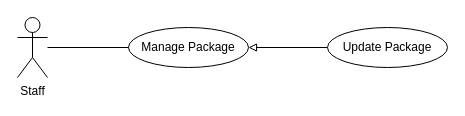
Earlier version of the draw.io diagram page "Page-5" (5 of 5) of Untitled Diagram.drawio (minhng-178/web-starter-projects). Source tidied: cells renumbered, new cells numbered last; positions are measured from the earlier drawing's top-left corner, leaving out a move shared by most shapes. Both pictures are drawn from the tidied source at 100%, with x=0, y=0 at pixel (17, 17).
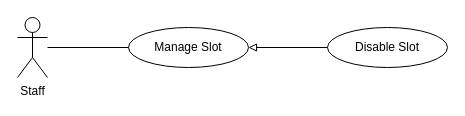
The same page after the edit.

Change to the diagram source:
```diff
@@
 <mxGraphModel>
   <root>
     <mxCell id="0" />
     <mxCell id="1" parent="0" />
     <mxCell id="2" value="Staff" style="shape=umlActor;verticalLabelPosition=bottom;verticalAlign=top;html=1;outlineConnect=0;" parent="1" vertex="1">
       <mxGeometry width="30" height="60" as="geometry" />
     </mxCell>
-    <mxCell id="3" value="Manage Package" style="ellipse;whiteSpace=wrap;html=1;" parent="1" vertex="1">
+    <mxCell id="3" value="Manage Slot" style="ellipse;whiteSpace=wrap;html=1;" parent="1" vertex="1">
       <mxGeometry x="111" y="10" width="120" height="40" as="geometry" />
     </mxCell>
     <mxCell id="4" style="endArrow=none;html=1;rounded=0;entryX=0;entryY=0.5;entryDx=0;entryDy=0;" parent="1" edge="1" source="2" target="3">
       <mxGeometry relative="1" as="geometry" />
     </mxCell>
     <mxCell id="5" style="endArrow=block;html=1;rounded=0;entryX=1;entryY=0.5;entryDx=0;entryDy=0;endFill=0;exitX=0;exitY=0.5;exitDx=0;exitDy=0;" parent="1" edge="1" source="6" target="3">
       <mxGeometry relative="1" as="geometry" />
     </mxCell>
-    <mxCell id="6" value="Update Package" style="ellipse;whiteSpace=wrap;html=1;" parent="1" vertex="1">
+    <mxCell id="6" value="Disable Slot" style="ellipse;whiteSpace=wrap;html=1;" parent="1" vertex="1">
       <mxGeometry x="310" y="10" width="120" height="40" as="geometry" />
     </mxCell>
   </root>
 </mxGraphModel>
```
